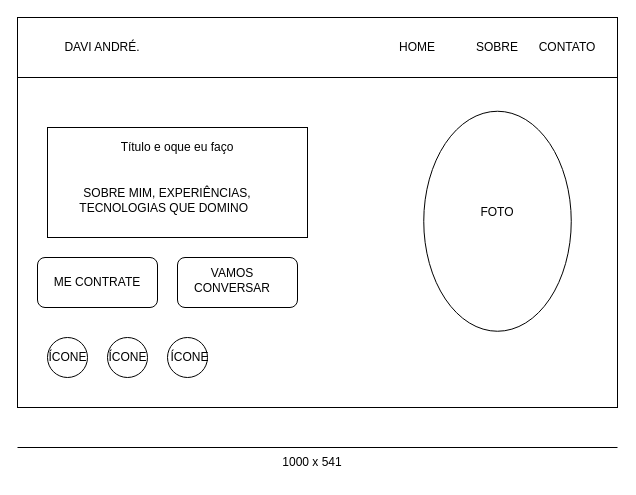
This is Diagrama.drawio from da6zin/da6zin.github.io, a draw.io file, before an edit. Source tidied: cells renumbered, new cells numbered last; positions are measured from the earlier drawing's top-left corner, leaving out a move shared by most shapes. Both pictures are drawn from the tidied source at 100%, with x=0, y=0 at pixel (17, 17).
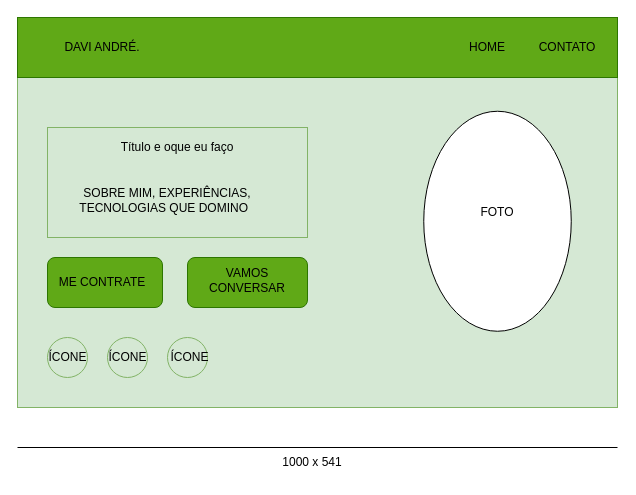
After the change.

Diff of the diagram source:
```diff
@@
-    <mxCell id="2" style="rounded=0;whiteSpace=wrap;html=1;" parent="1" vertex="1">
+    <mxCell id="2" style="rounded=0;whiteSpace=wrap;html=1;fillColor=#d5e8d4;strokeColor=#82b366;" parent="1" vertex="1">
       <mxGeometry width="600" height="390" as="geometry" />
     </mxCell>
@@
-    <mxCell id="6" style="rounded=0;whiteSpace=wrap;html=1;" parent="1" vertex="1">
+    <mxCell id="6" style="rounded=0;whiteSpace=wrap;html=1;fillColor=#60a917;strokeColor=#2D7600;fontColor=#ffffff;" parent="1" vertex="1">
       <mxGeometry width="600" height="60" as="geometry" />
     </mxCell>
-    <mxCell id="7" style="rounded=0;whiteSpace=wrap;html=1;" parent="1" vertex="1">
+    <mxCell id="7" style="rounded=0;whiteSpace=wrap;html=1;fillColor=#d5e8d4;strokeColor=#82b366;" parent="1" vertex="1">
       <mxGeometry x="30" y="110" width="260" height="110" as="geometry" />
     </mxCell>
-    <mxCell id="8" style="ellipse;whiteSpace=wrap;html=1;" parent="1" vertex="1">
+    <mxCell id="8" style="ellipse;whiteSpace=wrap;html=1;fillColor=#d5e8d4;strokeColor=#82b366;" parent="1" vertex="1">
       <mxGeometry x="30" y="320" width="40" height="40" as="geometry" />
     </mxCell>
-    <mxCell id="9" style="ellipse;whiteSpace=wrap;html=1;" parent="1" vertex="1">
+    <mxCell id="9" style="ellipse;whiteSpace=wrap;html=1;fillColor=#d5e8d4;strokeColor=#82b366;" parent="1" vertex="1">
       <mxGeometry x="150" y="320" width="40" height="40" as="geometry" />
     </mxCell>
-    <mxCell id="10" style="ellipse;whiteSpace=wrap;html=1;" parent="1" vertex="1">
+    <mxCell id="10" style="ellipse;whiteSpace=wrap;html=1;fillColor=#d5e8d4;strokeColor=#82b366;" parent="1" vertex="1">
       <mxGeometry x="90" y="320" width="40" height="40" as="geometry" />
     </mxCell>
-    <mxCell id="11" style="rounded=1;whiteSpace=wrap;html=1;" parent="1" vertex="1">
-      <mxGeometry x="20" y="240" width="120" height="50" as="geometry" />
+    <mxCell id="11" style="rounded=1;whiteSpace=wrap;html=1;fillColor=#60a917;fontColor=#ffffff;strokeColor=#2D7600;" parent="1" vertex="1">
+      <mxGeometry x="30" y="240" width="115" height="50" as="geometry" />
     </mxCell>
-    <mxCell id="12" style="rounded=1;whiteSpace=wrap;html=1;" parent="1" vertex="1">
-      <mxGeometry x="160" y="240" width="120" height="50" as="geometry" />
+    <mxCell id="12" style="rounded=1;whiteSpace=wrap;html=1;fillColor=#60a917;strokeColor=#2D7600;fontColor=#ffffff;" parent="1" vertex="1">
+      <mxGeometry x="170" y="240" width="120" height="50" as="geometry" />
     </mxCell>
@@
     <mxCell id="15" value="HOME" style="text;html=1;align=center;verticalAlign=middle;whiteSpace=wrap;rounded=0;" parent="1" vertex="1">
-      <mxGeometry x="370" y="15" width="60" height="30" as="geometry" />
+      <mxGeometry x="440" y="15" width="60" height="30" as="geometry" />
     </mxCell>
@@
-    <mxCell id="17" value="SOBRE" style="text;html=1;align=center;verticalAlign=middle;whiteSpace=wrap;rounded=0;" parent="1" vertex="1">
-      <mxGeometry x="450" y="15" width="60" height="30" as="geometry" />
-    </mxCell>
@@
     <mxCell id="21" value="ME CONTRATE" style="text;html=1;align=center;verticalAlign=middle;whiteSpace=wrap;rounded=0;" parent="1" vertex="1">
-      <mxGeometry x="35" y="250" width="90" height="30" as="geometry" />
+      <mxGeometry x="40" y="250" width="90" height="30" as="geometry" />
     </mxCell>
     <mxCell id="22" value="VAMOS CONVERSAR" style="text;html=1;align=center;verticalAlign=middle;whiteSpace=wrap;rounded=0;" parent="1" vertex="1">
-      <mxGeometry x="160" y="247.5" width="110" height="30" as="geometry" />
+      <mxGeometry x="175" y="247.5" width="110" height="30" as="geometry" />
     </mxCell>
```
